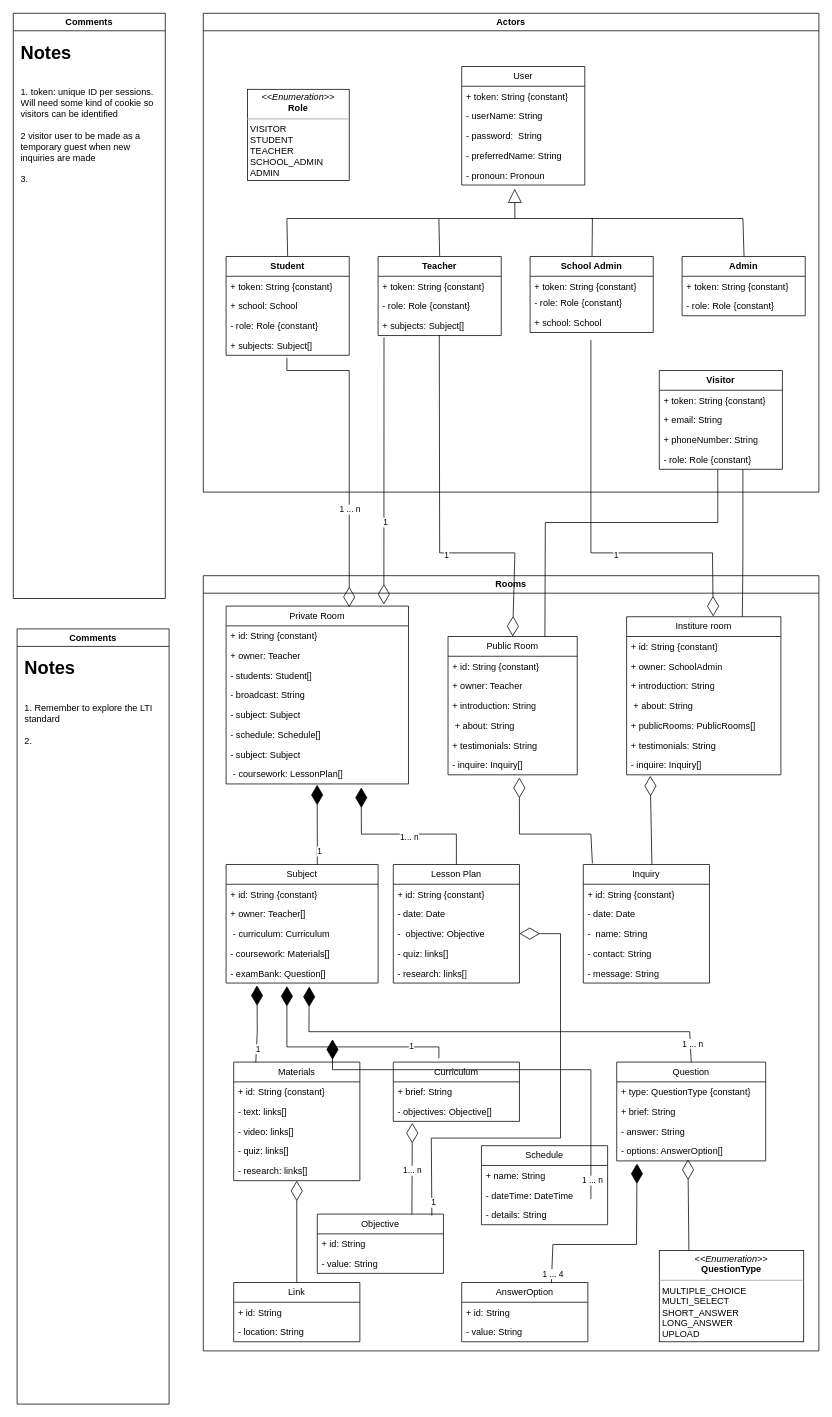
This is docs/assets/Class Diagram.drawio from akshayvijaynair/music-academy-docs, a draw.io file, before an edit. Source tidied: cells renumbered, new cells numbered last; positions are measured from the earlier drawing's top-left corner, leaving out a move shared by most shapes. Both pictures are drawn from the tidied source at 76%, with x=0, y=0 at pixel (13, 13).
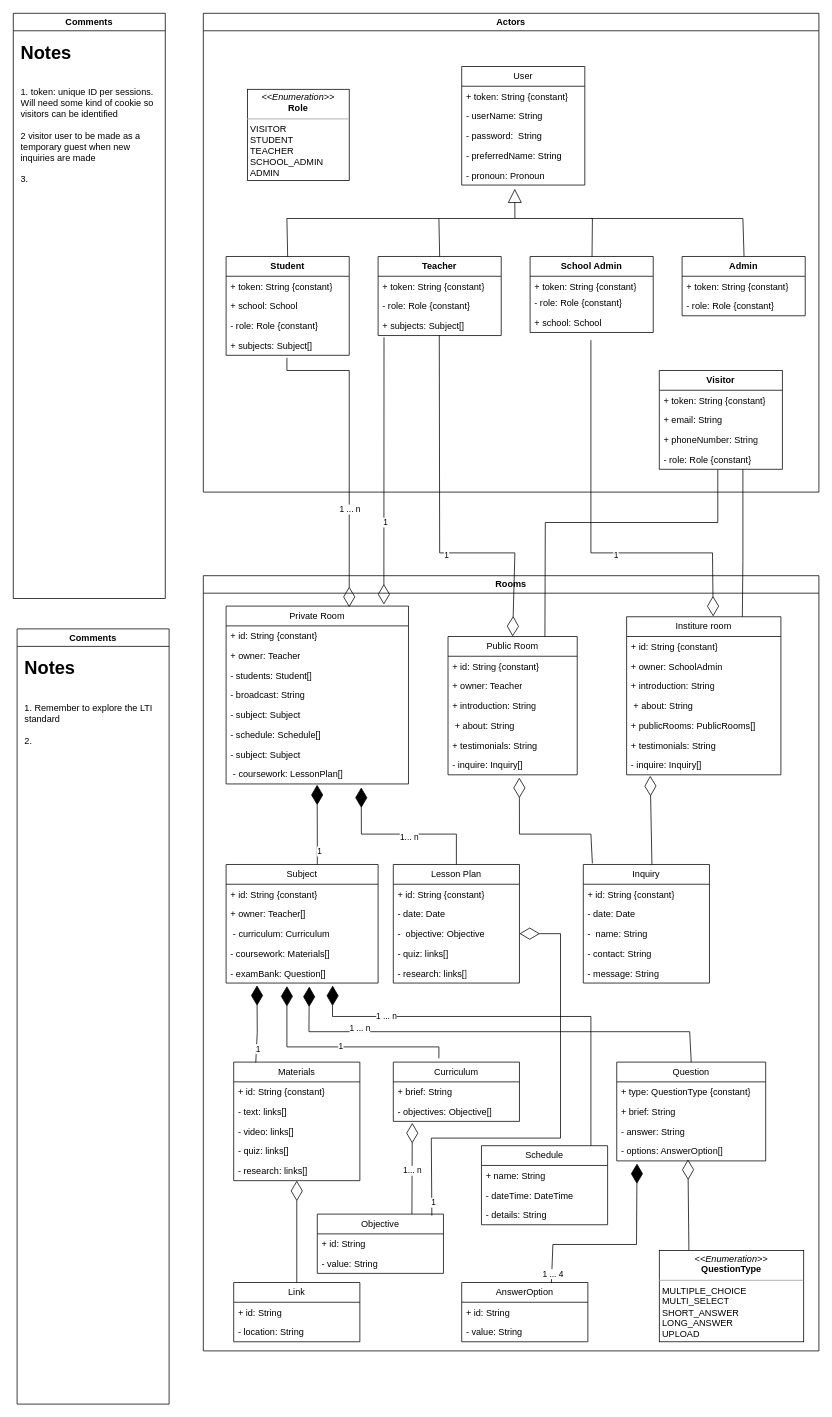
Above is the later version.

Unchanged cells that the change refers to:
```xml
<mxCell id="41" value="- examBank: Question[]" style="text;strokeColor=none;fillColor=none;align=left;verticalAlign=top;spacingLeft=4;spacingRight=4;overflow=hidden;points=[[0,0.5],[1,0.5]];portConstraint=eastwest;whiteSpace=wrap;html=1;" parent="36" vertex="1">
  <mxGeometry y="130" width="200" height="26" as="geometry" />
</mxCell>
<mxCell id="79" style="endArrow=diamondThin;endFill=1;endSize=24;html=1;rounded=0;exitX=0.799;exitY=0;exitDx=0;exitDy=0;entryX=0.4;entryY=1.154;entryDx=0;entryDy=0;entryPerimeter=0;exitPerimeter=0;" parent="35" edge="1" target="41">
  <mxGeometry relative="1" as="geometry">
    <mxPoint x="310" y="635" as="sourcePoint" />
    <Array as="points">
      <mxPoint x="310" y="620" />
      <mxPoint x="110" y="620" />
    </Array>
  </mxGeometry>
</mxCell>
<mxCell id="97" style="endArrow=diamondThin;endFill=1;endSize=24;html=1;rounded=0;exitX=0.5;exitY=0;exitDx=0;exitDy=0;entryX=0.547;entryY=1.177;entryDx=0;entryDy=0;entryPerimeter=0;" parent="35" edge="1" source="86" target="41">
  <mxGeometry relative="1" as="geometry">
    <Array as="points">
      <mxPoint x="640" y="600" />
      <mxPoint x="139" y="600" />
    </Array>
  </mxGeometry>
</mxCell>
```

Diff of the diagram source:
```diff
@@
     <mxCell id="80" value="1" style="edgeLabel;html=1;align=center;verticalAlign=middle;" parent="79" vertex="1">
-      <mxGeometry x="-0.65" y="-2" relative="1" as="geometry" />
+      <mxGeometry x="-0.65" y="-2" relative="1" as="geometry">
+        <mxPoint x="-93" as="offset" />
+      </mxGeometry>
     </mxCell>
@@
     <mxCell id="98" value="1 ... n" style="edgeLabel;html=1;align=center;verticalAlign=middle;" parent="97" vertex="1">
-      <mxGeometry x="-0.92" y="-3" relative="1" as="geometry" />
+      <mxGeometry x="-0.92" y="-3" relative="1" as="geometry">
+        <mxPoint x="-438" y="-21" as="offset" />
+      </mxGeometry>
     </mxCell>
@@
-    <mxCell id="140" style="endArrow=diamondThin;endFill=1;endSize=24;html=1;rounded=0;" parent="1" edge="1">
+    <mxCell id="140" style="endArrow=diamondThin;endFill=1;endSize=24;html=1;rounded=0;entryX=0.701;entryY=1.126;entryDx=0;entryDy=0;entryPerimeter=0;" parent="1" edge="1" target="41">
       <mxGeometry relative="1" as="geometry">
-        <mxPoint x="760" y="1560" as="sourcePoint" />
-        <mxPoint x="420" y="1350" as="targetPoint" />
+        <mxPoint x="760" y="1490" as="sourcePoint" />
         <Array as="points">
-          <mxPoint x="760" y="1510" />
           <mxPoint x="760" y="1460" />
-          <mxPoint x="760" y="1390" />
-          <mxPoint x="420" y="1390" />
+          <mxPoint x="760" y="1320" />
+          <mxPoint x="420" y="1320" />
         </Array>
       </mxGeometry>
     </mxCell>
     <mxCell id="141" value="1 ... n" style="edgeLabel;html=1;align=center;verticalAlign=middle;" parent="140" vertex="1">
-      <mxGeometry x="-0.91" y="-1" relative="1" as="geometry" />
+      <mxGeometry x="-0.91" y="-1" relative="1" as="geometry">
+        <mxPoint x="-271" y="-146" as="offset" />
+      </mxGeometry>
     </mxCell>
```
